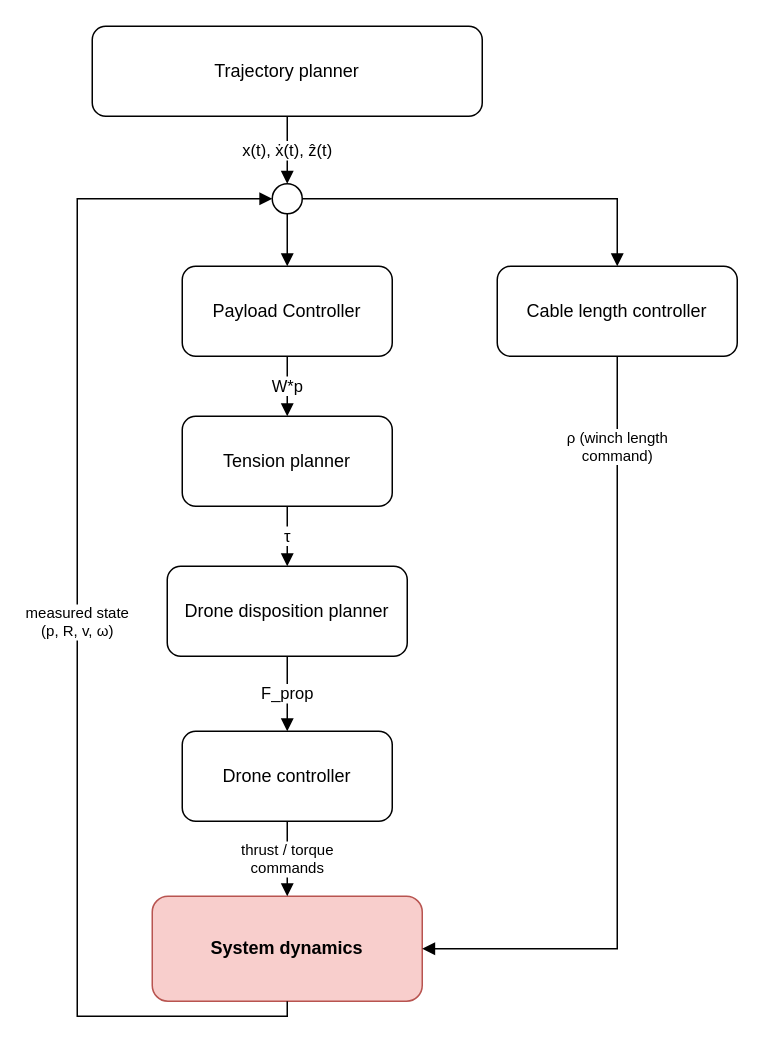
Above: images/drawIO/control_scheme.drawio in chiarabuono/ACTS-report (draw.io), before the change. Source tidied: cells renumbered, new cells numbered last; positions are measured from the earlier drawing's top-left corner, leaving out a move shared by most shapes. Both pictures are drawn from the tidied source at 150%, with x=0, y=0 at pixel (76, 26).
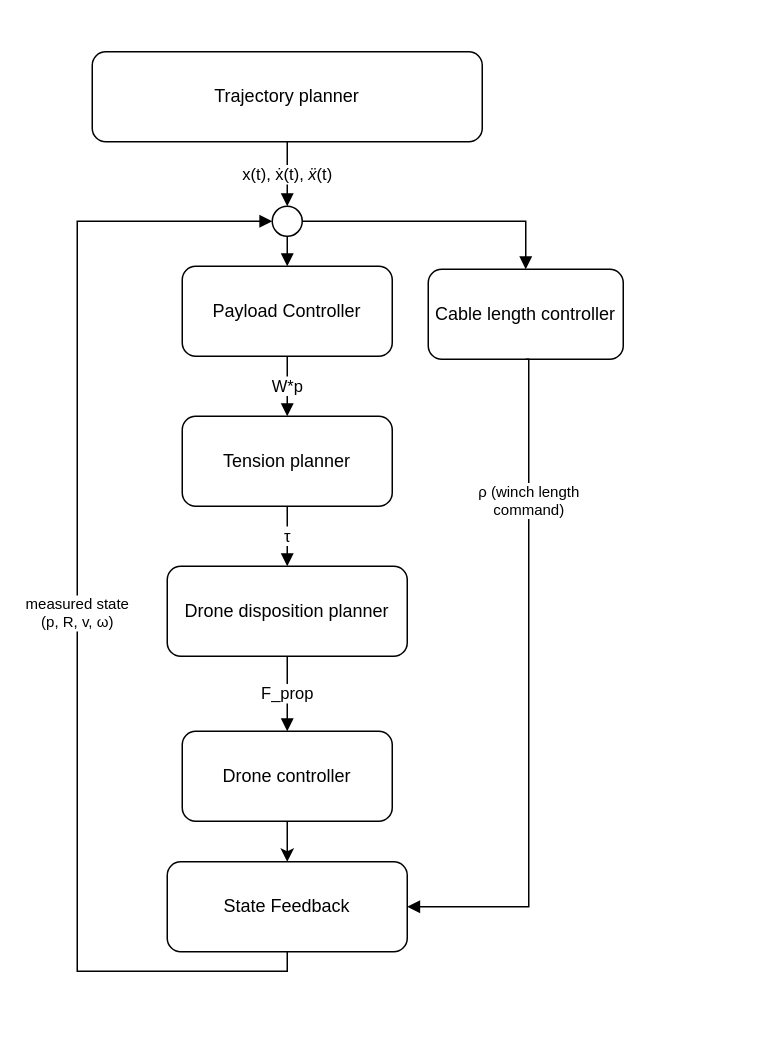
Above is the later version.

Commit message (it also covers changes not shown here):
State at 3 August 2026

Unchanged cells that the change refers to:
```xml
<mxCell id="8" value="Drone controller" style="rounded=1;whiteSpace=wrap;html=1;fillColor=#ffffff;strokeColor=#000000;fontSize=12;" parent="1" vertex="1">
  <mxGeometry x="70" y="470" width="140" height="60" as="geometry" />
</mxCell>
```

What changed in the source:
```diff
@@
     <mxCell id="2" value="Trajectory planner" style="rounded=1;whiteSpace=wrap;html=1;fillColor=#ffffff;strokeColor=#000000;fontSize=12;" parent="1" vertex="1">
-      <mxGeometry x="10" width="260" height="60" as="geometry" />
+      <mxGeometry x="10" y="17" width="260" height="60" as="geometry" />
     </mxCell>
     <mxCell id="3" style="ellipse;whiteSpace=wrap;html=1;fillColor=#ffffff;strokeColor=#000000;" parent="1" vertex="1">
-      <mxGeometry x="130" y="105" width="20" height="20" as="geometry" />
+      <mxGeometry x="130" y="120" width="20" height="20" as="geometry" />
     </mxCell>
     <mxCell id="4" value="Cable length controller" style="rounded=1;whiteSpace=wrap;html=1;fillColor=#ffffff;strokeColor=#000000;fontSize=12;" parent="1" vertex="1">
-      <mxGeometry x="280" y="160" width="160" height="60" as="geometry" />
+      <mxGeometry x="234" y="162" width="130" height="60" as="geometry" />
     </mxCell>
@@
+    <mxCell id="16" style="edgeStyle=orthogonalEdgeStyle;rounded=0;jettySize=auto;html=1;exitX=0.5;exitY=1;exitDx=0;exitDy=0;entryX=0.5;entryY=0;entryDx=0;entryDy=0;" parent="1" edge="1" source="8" target="9">
+      <mxGeometry relative="1" as="geometry" />
+    </mxCell>
@@
-    <mxCell id="9" value="System dynamics" style="rounded=1;whiteSpace=wrap;html=1;fillColor=#f8cecc;strokeColor=#b85450;fontSize=12;fontStyle=1;" parent="1" vertex="1">
-      <mxGeometry x="50" y="580" width="180" height="70" as="geometry" />
+    <mxCell id="9" value="State Feedback" style="rounded=1;whiteSpace=wrap;html=1;fontSize=12;fontStyle=0;" parent="1" vertex="1">
+      <mxGeometry x="60" y="557" width="160" height="60" as="geometry" />
     </mxCell>
-    <mxCell id="10" value="x(t), ẋ(t), ẑ(t)" style="edgeStyle=orthogonalEdgeStyle;rounded=0;html=1;endArrow=block;endFill=1;fontSize=11;exitX=0.5;exitY=1;entryX=0.5;entryY=0;" parent="1" edge="1" source="2" target="3">
+    <mxCell id="10" value="&lt;div&gt;x(t), ẋ(t),&amp;nbsp;&lt;span&gt;&lt;em&gt;ẍ&lt;/em&gt;&lt;/span&gt;(t)&lt;/div&gt;" style="edgeStyle=orthogonalEdgeStyle;rounded=0;html=1;endArrow=block;endFill=1;fontSize=11;exitX=0.5;exitY=1;entryX=0.5;entryY=0;" parent="1" edge="1" source="2" target="3">
       <mxGeometry relative="1" as="geometry" />
     </mxCell>
@@
-    <mxCell id="16" value="thrust / torque&#10;commands" style="edgeStyle=orthogonalEdgeStyle;rounded=0;html=1;endArrow=block;endFill=1;fontSize=10;" parent="1" edge="1" source="8" target="9">
-      <mxGeometry relative="1" as="geometry" />
-    </mxCell>
     <mxCell id="17" value="ρ (winch length&#10;command)" style="edgeStyle=orthogonalEdgeStyle;rounded=0;html=1;endArrow=block;endFill=1;fontSize=10;exitX=0.5;exitY=1;entryX=1;entryY=0.5;entryDx=0;entryDy=0;exitDx=0;exitDy=0;" parent="1" edge="1" source="4" target="9">
-      <mxGeometry x="-0.77" relative="1" as="geometry">
+      <mxGeometry x="-0.57" relative="1" as="geometry">
         <Array as="points">
-          <mxPoint x="360" y="615" />
+          <mxPoint x="301" y="587" />
         </Array>
       </mxGeometry>
     </mxCell>
     <mxCell id="18" value="measured state&#10;(p, R, v, ω)" style="edgeStyle=orthogonalEdgeStyle;rounded=0;html=1;endArrow=block;endFill=1;fontSize=10;exitX=0.5;exitY=1;entryX=0;entryY=0.5;exitDx=0;exitDy=0;" parent="1" edge="1" source="9" target="3">
       <mxGeometry relative="1" as="geometry">
         <Array as="points">
-          <mxPoint x="140" y="660" />
-          <mxPoint y="660" />
-          <mxPoint y="115" />
+          <mxPoint x="140" y="630" />
+          <mxPoint y="630" />
+          <mxPoint y="130" />
         </Array>
       </mxGeometry>
     </mxCell>
```
